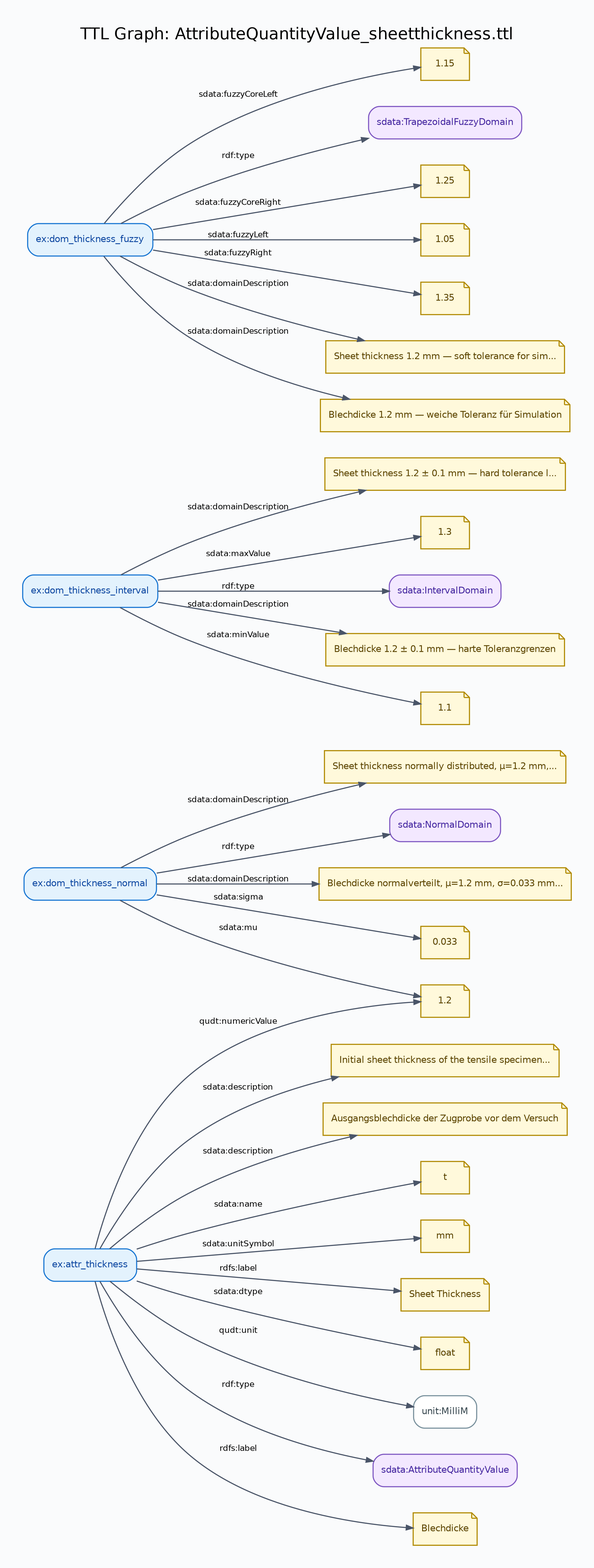
lepy/sdata-ontology keeps this Graphviz diagram as docs/diagrams/AttributeQuantityValue_sheetthickness-graph.png. Above is the earlier version. Its source is kept beside it as docs/diagrams/AttributeQuantityValue_sheetthickness-graph.dot.
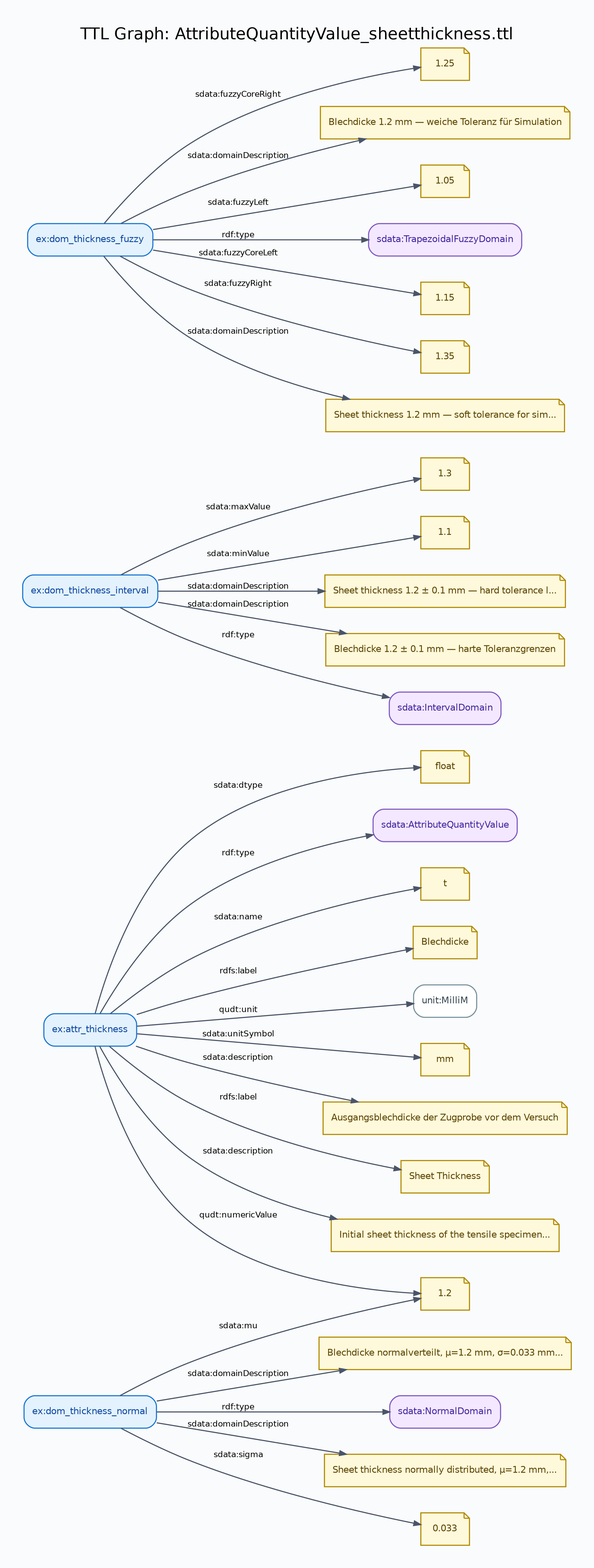
The same file after the commit.

Change to the diagram source:
```diff
@@ -26,156 +26,134 @@
 		fontsize=9,
 		penwidth=1.2
 	];
-	"uri::https://example.org/tensile-test/dom_thickness_normal"	[color="#1976D2",
-		fillcolor="#E3F2FD",
-		fontcolor="#0D47A1",
-		label="ex:dom_thickness_normal"];
-	"lit::1.2::http://www.w3.org/2001/XMLSchema#double::"	[color="#B08900",
-		fillcolor="#FFF9DB",
-		fontcolor="#5C4500",
-		label=1.2,
-		shape=note];
-	"uri::https://example.org/tensile-test/dom_thickness_normal" -> "lit::1.2::http://www.w3.org/2001/XMLSchema#double::"	[label="sdata:mu"];
-	"lit::Sheet thickness normally distributed, μ=1.2 mm, σ=0.033 mm (3σ=0.1 mm)::::en"	[color="#B08900",
-		fillcolor="#FFF9DB",
-		fontcolor="#5C4500",
-		label="Sheet thickness normally distributed, μ=1.2 mm,...",
-		shape=note];
-	"uri::https://example.org/tensile-test/dom_thickness_normal" -> "lit::Sheet thickness normally distributed, μ=1.2 mm, σ=0.033 mm (3σ=0.1 mm)::::en"	[label="sdata:domainDescription"];
-	"uri::https://w3id.org/sdata/core/NormalDomain"	[color="#7E57C2",
-		fillcolor="#F3E8FF",
-		fontcolor="#4527A0",
-		label="sdata:NormalDomain"];
-	"uri::https://example.org/tensile-test/dom_thickness_normal" -> "uri::https://w3id.org/sdata/core/NormalDomain"	[label="rdf:type"];
-	"lit::Blechdicke normalverteilt, μ=1.2 mm, σ=0.033 mm (3σ=0.1 mm)::::de"	[color="#B08900",
-		fillcolor="#FFF9DB",
-		fontcolor="#5C4500",
-		label="Blechdicke normalverteilt, μ=1.2 mm, σ=0.033 mm...",
-		shape=note];
-	"uri::https://example.org/tensile-test/dom_thickness_normal" -> "lit::Blechdicke normalverteilt, μ=1.2 mm, σ=0.033 mm (3σ=0.1 mm)::::de"	[label="sdata:domainDescription"];
-	"lit::0.033::http://www.w3.org/2001/XMLSchema#double::"	[color="#B08900",
-		fillcolor="#FFF9DB",
-		fontcolor="#5C4500",
-		label=0.033,
-		shape=note];
-	"uri::https://example.org/tensile-test/dom_thickness_normal" -> "lit::0.033::http://www.w3.org/2001/XMLSchema#double::"	[label="sdata:sigma"];
 	"uri::https://example.org/tensile-test/attr_thickness"	[color="#1976D2",
 		fillcolor="#E3F2FD",
 		fontcolor="#0D47A1",
 		label="ex:attr_thickness"];
-	"uri::https://example.org/tensile-test/attr_thickness" -> "lit::1.2::http://www.w3.org/2001/XMLSchema#double::"	[label="qudt:numericValue"];
+	"lit::Blechdicke::::de"	[color="#B08900",
+		fillcolor="#FFF9DB",
+		fontcolor="#5C4500",
+		label=Blechdicke,
+		shape=note];
+	"uri::https://example.org/tensile-test/attr_thickness" -> "lit::Blechdicke::::de"	[label="rdfs:label"];
+	"uri::http://qudt.org/vocab/unit/MilliM"	[color="#78909C",
+		fillcolor="#FFFFFF",
+		fontcolor="#37474F",
+		label="unit:MilliM"];
+	"uri::https://example.org/tensile-test/attr_thickness" -> "uri::http://qudt.org/vocab/unit/MilliM"	[label="qudt:unit"];
+	"lit::mm::::"	[color="#B08900",
+		fillcolor="#FFF9DB",
+		fontcolor="#5C4500",
+		label=mm,
+		shape=note];
+	"uri::https://example.org/tensile-test/attr_thickness" -> "lit::mm::::"	[label="sdata:unitSymbol"];
+	"lit::Ausgangsblechdicke der Zugprobe vor dem Versuch::::de"	[color="#B08900",
+		fillcolor="#FFF9DB",
+		fontcolor="#5C4500",
+		label="Ausgangsblechdicke der Zugprobe vor dem Versuch",
+		shape=note];
+	"uri::https://example.org/tensile-test/attr_thickness" -> "lit::Ausgangsblechdicke der Zugprobe vor dem Versuch::::de"	[label="sdata:description"];
+	"lit::Sheet Thickness::::en"	[color="#B08900",
+		fillcolor="#FFF9DB",
+		fontcolor="#5C4500",
+		label="Sheet Thickness",
+		shape=note];
+	"uri::https://example.org/tensile-test/attr_thickness" -> "lit::Sheet Thickness::::en"	[label="rdfs:label"];
+	"lit::Initial sheet thickness of the tensile specimen before testing::::en"	[color="#B08900",
+		fillcolor="#FFF9DB",
+		fontcolor="#5C4500",
+		label="Initial sheet thickness of the tensile specimen...",
+		shape=note];
+	"uri::https://example.org/tensile-test/attr_thickness" -> "lit::Initial sheet thickness of the tensile specimen before testing::::en"	[label="sdata:description"];
 	"lit::float::::"	[color="#B08900",
 		fillcolor="#FFF9DB",
 		fontcolor="#5C4500",
 		label=float,
 		shape=note];
 	"uri::https://example.org/tensile-test/attr_thickness" -> "lit::float::::"	[label="sdata:dtype"];
-	"uri::http://qudt.org/vocab/unit/MilliM"	[color="#78909C",
-		fillcolor="#FFFFFF",
-		fontcolor="#37474F",
-		label="unit:MilliM"];
-	"uri::https://example.org/tensile-test/attr_thickness" -> "uri::http://qudt.org/vocab/unit/MilliM"	[label="qudt:unit"];
 	"uri::https://w3id.org/sdata/core/AttributeQuantityValue"	[color="#7E57C2",
 		fillcolor="#F3E8FF",
 		fontcolor="#4527A0",
 		label="sdata:AttributeQuantityValue"];
 	"uri::https://example.org/tensile-test/attr_thickness" -> "uri::https://w3id.org/sdata/core/AttributeQuantityValue"	[label="rdf:type"];
-	"lit::Blechdicke::::de"	[color="#B08900",
+	"lit::1.2::http://www.w3.org/2001/XMLSchema#double::"	[color="#B08900",
 		fillcolor="#FFF9DB",
 		fontcolor="#5C4500",
-		label=Blechdicke,
+		label=1.2,
 		shape=note];
-	"uri::https://example.org/tensile-test/attr_thickness" -> "lit::Blechdicke::::de"	[label="rdfs:label"];
-	"lit::Initial sheet thickness of the tensile specimen before testing::::en"	[color="#B08900",
-		fillcolor="#FFF9DB",
-		fontcolor="#5C4500",
-		label="Initial sheet thickness of the tensile specimen...",
-		shape=note];
-	"uri::https://example.org/tensile-test/attr_thickness" -> "lit::Initial sheet thickness of the tensile specimen before testing::::en"	[label="sdata:description"];
-	"lit::Ausgangsblechdicke der Zugprobe vor dem Versuch::::de"	[color="#B08900",
-		fillcolor="#FFF9DB",
-		fontcolor="#5C4500",
-		label="Ausgangsblechdicke der Zugprobe vor dem Versuch",
-		shape=note];
-	"uri::https://example.org/tensile-test/attr_thickness" -> "lit::Ausgangsblechdicke der Zugprobe vor dem Versuch::::de"	[label="sdata:description"];
+	"uri::https://example.org/tensile-test/attr_thickness" -> "lit::1.2::http://www.w3.org/2001/XMLSchema#double::"	[label="qudt:numericValue"];
 	"lit::t::::"	[color="#B08900",
 		fillcolor="#FFF9DB",
 		fontcolor="#5C4500",
 		label=t,
 		shape=note];
 	"uri::https://example.org/tensile-test/attr_thickness" -> "lit::t::::"	[label="sdata:name"];
-	"lit::mm::::"	[color="#B08900",
-		fillcolor="#FFF9DB",
-		fontcolor="#5C4500",
-		label=mm,
-		shape=note];
-	"uri::https://example.org/tensile-test/attr_thickness" -> "lit::mm::::"	[label="sdata:unitSymbol"];
-	"lit::Sheet Thickness::::en"	[color="#B08900",
-		fillcolor="#FFF9DB",
-		fontcolor="#5C4500",
-		label="Sheet Thickness",
-		shape=note];
-	"uri::https://example.org/tensile-test/attr_thickness" -> "lit::Sheet Thickness::::en"	[label="rdfs:label"];
 	"uri::https://example.org/tensile-test/dom_thickness_interval"	[color="#1976D2",
 		fillcolor="#E3F2FD",
 		fontcolor="#0D47A1",
 		label="ex:dom_thickness_interval"];
+	"lit::1.3::http://www.w3.org/2001/XMLSchema#double::"	[color="#B08900",
+		fillcolor="#FFF9DB",
+		fontcolor="#5C4500",
+		label=1.3,
+		shape=note];
+	"uri::https://example.org/tensile-test/dom_thickness_interval" -> "lit::1.3::http://www.w3.org/2001/XMLSchema#double::"	[label="sdata:maxValue"];
+	"lit::1.1::http://www.w3.org/2001/XMLSchema#double::"	[color="#B08900",
+		fillcolor="#FFF9DB",
+		fontcolor="#5C4500",
+		label=1.1,
+		shape=note];
+	"uri::https://example.org/tensile-test/dom_thickness_interval" -> "lit::1.1::http://www.w3.org/2001/XMLSchema#double::"	[label="sdata:minValue"];
 	"lit::Sheet thickness 1.2 ± 0.1 mm — hard tolerance limits::::en"	[color="#B08900",
 		fillcolor="#FFF9DB",
 		fontcolor="#5C4500",
 		label="Sheet thickness 1.2 ± 0.1 mm — hard tolerance l...",
 		shape=note];
 	"uri::https://example.org/tensile-test/dom_thickness_interval" -> "lit::Sheet thickness 1.2 ± 0.1 mm — hard tolerance limits::::en"	[label="sdata:domainDescription"];
-	"lit::1.3::http://www.w3.org/2001/XMLSchema#double::"	[color="#B08900",
-		fillcolor="#FFF9DB",
-		fontcolor="#5C4500",
-		label=1.3,
-		shape=note];
-	"uri::https://example.org/tensile-test/dom_thickness_interval" -> "lit::1.3::http://www.w3.org/2001/XMLSchema#double::"	[label="sdata:maxValue"];
-	"uri::https://w3id.org/sdata/core/IntervalDomain"	[color="#7E57C2",
-		fillcolor="#F3E8FF",
-		fontcolor="#4527A0",
-		label="sdata:IntervalDomain"];
-	"uri::https://example.org/tensile-test/dom_thickness_interval" -> "uri::https://w3id.org/sdata/core/IntervalDomain"	[label="rdf:type"];
 	"lit::Blechdicke 1.2 ± 0.1 mm — harte Toleranzgrenzen::::de"	[color="#B08900",
 		fillcolor="#FFF9DB",
 		fontcolor="#5C4500",
 		label="Blechdicke 1.2 ± 0.1 mm — harte Toleranzgrenzen",
 		shape=note];
 	"uri::https://example.org/tensile-test/dom_thickness_interval" -> "lit::Blechdicke 1.2 ± 0.1 mm — harte Toleranzgrenzen::::de"	[label="sdata:domainDescription"];
-	"lit::1.1::http://www.w3.org/2001/XMLSchema#double::"	[color="#B08900",
-		fillcolor="#FFF9DB",
-		fontcolor="#5C4500",
-		label=1.1,
-		shape=note];
-	"uri::https://example.org/tensile-test/dom_thickness_interval" -> "lit::1.1::http://www.w3.org/2001/XMLSchema#double::"	[label="sdata:minValue"];
+	"uri::https://w3id.org/sdata/core/IntervalDomain"	[color="#7E57C2",
+		fillcolor="#F3E8FF",
+		fontcolor="#4527A0",
+		label="sdata:IntervalDomain"];
+	"uri::https://example.org/tensile-test/dom_thickness_interval" -> "uri::https://w3id.org/sdata/core/IntervalDomain"	[label="rdf:type"];
 	"uri::https://example.org/tensile-test/dom_thickness_fuzzy"	[color="#1976D2",
 		fillcolor="#E3F2FD",
 		fontcolor="#0D47A1",
 		label="ex:dom_thickness_fuzzy"];
+	"lit::1.25::http://www.w3.org/2001/XMLSchema#double::"	[color="#B08900",
+		fillcolor="#FFF9DB",
+		fontcolor="#5C4500",
+		label=1.25,
+		shape=note];
+	"uri::https://example.org/tensile-test/dom_thickness_fuzzy" -> "lit::1.25::http://www.w3.org/2001/XMLSchema#double::"	[label="sdata:fuzzyCoreRight"];
+	"lit::Blechdicke 1.2 mm — weiche Toleranz für Simulation::::de"	[color="#B08900",
+		fillcolor="#FFF9DB",
+		fontcolor="#5C4500",
+		label="Blechdicke 1.2 mm — weiche Toleranz für Simulation",
+		shape=note];
+	"uri::https://example.org/tensile-test/dom_thickness_fuzzy" -> "lit::Blechdicke 1.2 mm — weiche Toleranz für Simulation::::de"	[label="sdata:domainDescription"];
+	"lit::1.05::http://www.w3.org/2001/XMLSchema#double::"	[color="#B08900",
+		fillcolor="#FFF9DB",
+		fontcolor="#5C4500",
+		label=1.05,
+		shape=note];
+	"uri::https://example.org/tensile-test/dom_thickness_fuzzy" -> "lit::1.05::http://www.w3.org/2001/XMLSchema#double::"	[label="sdata:fuzzyLeft"];
+	"uri::https://w3id.org/sdata/core/TrapezoidalFuzzyDomain"	[color="#7E57C2",
+		fillcolor="#F3E8FF",
+		fontcolor="#4527A0",
+		label="sdata:TrapezoidalFuzzyDomain"];
+	"uri::https://example.org/tensile-test/dom_thickness_fuzzy" -> "uri::https://w3id.org/sdata/core/TrapezoidalFuzzyDomain"	[label="rdf:type"];
 	"lit::1.15::http://www.w3.org/2001/XMLSchema#double::"	[color="#B08900",
 		fillcolor="#FFF9DB",
 		fontcolor="#5C4500",
 		label=1.15,
 		shape=note];
 	"uri::https://example.org/tensile-test/dom_thickness_fuzzy" -> "lit::1.15::http://www.w3.org/2001/XMLSchema#double::"	[label="sdata:fuzzyCoreLeft"];
-	"uri::https://w3id.org/sdata/core/TrapezoidalFuzzyDomain"	[color="#7E57C2",
-		fillcolor="#F3E8FF",
-		fontcolor="#4527A0",
-		label="sdata:TrapezoidalFuzzyDomain"];
-	"uri::https://example.org/tensile-test/dom_thickness_fuzzy" -> "uri::https://w3id.org/sdata/core/TrapezoidalFuzzyDomain"	[label="rdf:type"];
-	"lit::1.25::http://www.w3.org/2001/XMLSchema#double::"	[color="#B08900",
-		fillcolor="#FFF9DB",
-		fontcolor="#5C4500",
-		label=1.25,
-		shape=note];
-	"uri::https://example.org/tensile-test/dom_thickness_fuzzy" -> "lit::1.25::http://www.w3.org/2001/XMLSchema#double::"	[label="sdata:fuzzyCoreRight"];
-	"lit::1.05::http://www.w3.org/2001/XMLSchema#double::"	[color="#B08900",
-		fillcolor="#FFF9DB",
-		fontcolor="#5C4500",
-		label=1.05,
-		shape=note];
-	"uri::https://example.org/tensile-test/dom_thickness_fuzzy" -> "lit::1.05::http://www.w3.org/2001/XMLSchema#double::"	[label="sdata:fuzzyLeft"];
 	"lit::1.35::http://www.w3.org/2001/XMLSchema#double::"	[color="#B08900",
 		fillcolor="#FFF9DB",
 		fontcolor="#5C4500",
@@ -188,10 +166,32 @@
 		label="Sheet thickness 1.2 mm — soft tolerance for sim...",
 		shape=note];
 	"uri::https://example.org/tensile-test/dom_thickness_fuzzy" -> "lit::Sheet thickness 1.2 mm — soft tolerance for simulation::::en"	[label="sdata:domainDescription"];
-	"lit::Blechdicke 1.2 mm — weiche Toleranz für Simulation::::de"	[color="#B08900",
+	"uri::https://example.org/tensile-test/dom_thickness_normal"	[color="#1976D2",
+		fillcolor="#E3F2FD",
+		fontcolor="#0D47A1",
+		label="ex:dom_thickness_normal"];
+	"lit::Blechdicke normalverteilt, μ=1.2 mm, σ=0.033 mm (3σ=0.1 mm)::::de"	[color="#B08900",
 		fillcolor="#FFF9DB",
 		fontcolor="#5C4500",
-		label="Blechdicke 1.2 mm — weiche Toleranz für Simulation",
+		label="Blechdicke normalverteilt, μ=1.2 mm, σ=0.033 mm...",
 		shape=note];
-	"uri::https://example.org/tensile-test/dom_thickness_fuzzy" -> "lit::Blechdicke 1.2 mm — weiche Toleranz für Simulation::::de"	[label="sdata:domainDescription"];
+	"uri::https://example.org/tensile-test/dom_thickness_normal" -> "lit::Blechdicke normalverteilt, μ=1.2 mm, σ=0.033 mm (3σ=0.1 mm)::::de"	[label="sdata:domainDescription"];
+	"uri::https://w3id.org/sdata/core/NormalDomain"	[color="#7E57C2",
+		fillcolor="#F3E8FF",
+		fontcolor="#4527A0",
+		label="sdata:NormalDomain"];
+	"uri::https://example.org/tensile-test/dom_thickness_normal" -> "uri::https://w3id.org/sdata/core/NormalDomain"	[label="rdf:type"];
+	"lit::Sheet thickness normally distributed, μ=1.2 mm, σ=0.033 mm (3σ=0.1 mm)::::en"	[color="#B08900",
+		fillcolor="#FFF9DB",
+		fontcolor="#5C4500",
+		label="Sheet thickness normally distributed, μ=1.2 mm,...",
+		shape=note];
+	"uri::https://example.org/tensile-test/dom_thickness_normal" -> "lit::Sheet thickness normally distributed, μ=1.2 mm, σ=0.033 mm (3σ=0.1 mm)::::en"	[label="sdata:domainDescription"];
+	"lit::0.033::http://www.w3.org/2001/XMLSchema#double::"	[color="#B08900",
+		fillcolor="#FFF9DB",
+		fontcolor="#5C4500",
+		label=0.033,
+		shape=note];
+	"uri::https://example.org/tensile-test/dom_thickness_normal" -> "lit::0.033::http://www.w3.org/2001/XMLSchema#double::"	[label="sdata:sigma"];
+	"uri::https://example.org/tensile-test/dom_thickness_normal" -> "lit::1.2::http://www.w3.org/2001/XMLSchema#double::"	[label="sdata:mu"];
 }
```
